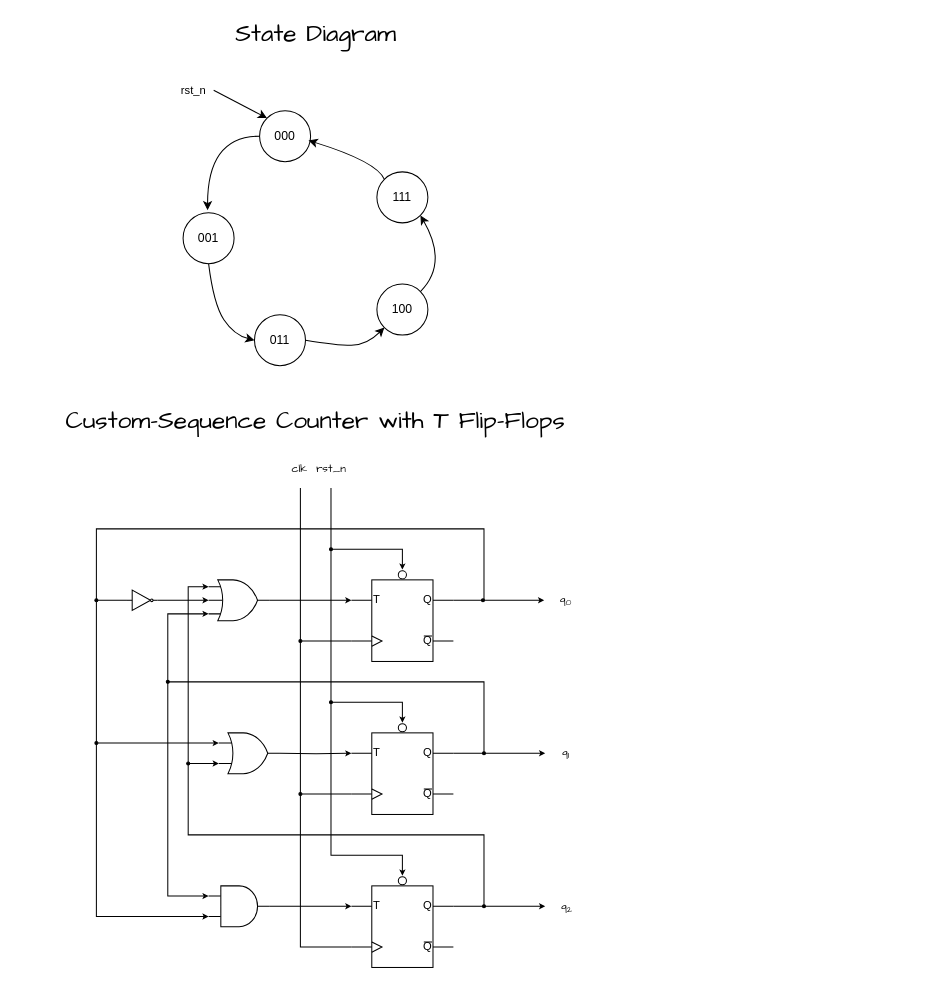
The draw.io diagram MEDS-Training/module4-tasks/t14_custom_counter_fsm/docs/custom_seq_counter.drawio in AbdurRahman020/MEDS, before the edit. Source tidied: cells renumbered, new cells numbered last; positions are measured from the earlier drawing's top-left corner, leaving out a move shared by most shapes. Both pictures are drawn from the tidied source at 102%, with x=0, y=0 at pixel (60, 18).
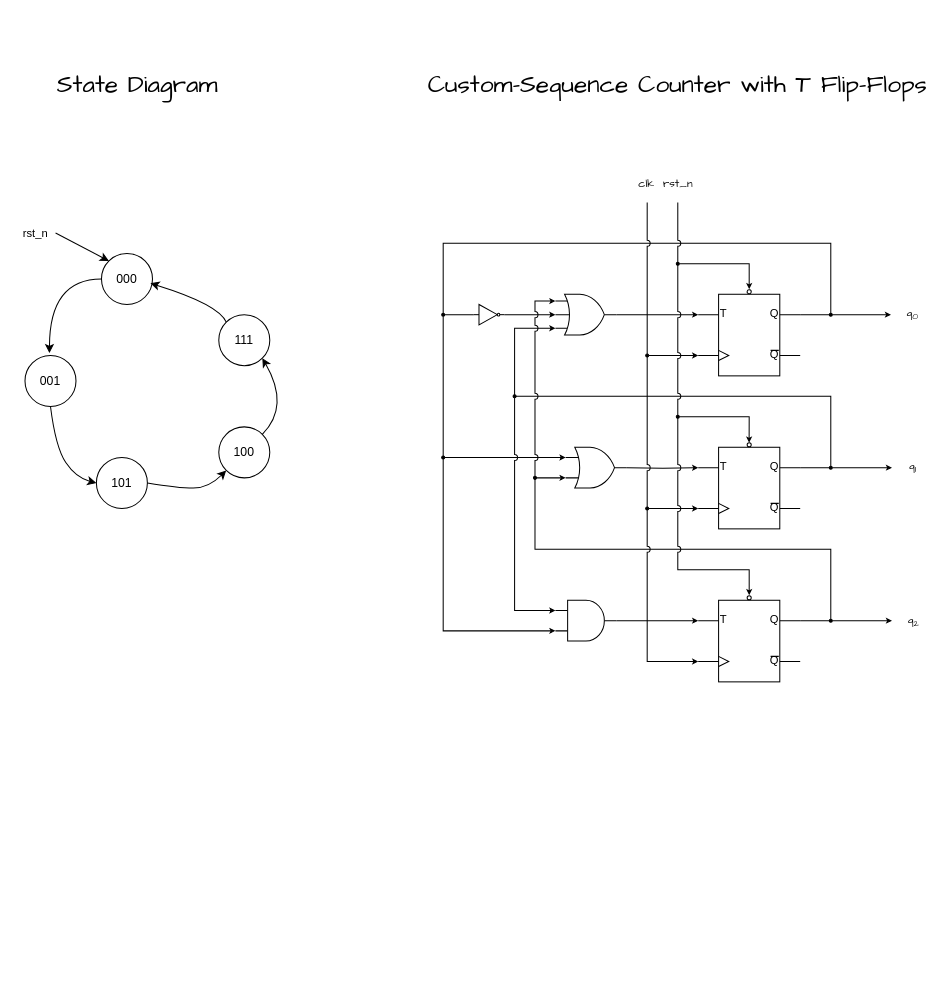
Above is the later version.

What changed in the source:
```diff
@@
-    <mxCell id="2" style="edgeStyle=orthogonalEdgeStyle;rounded=0;jettySize=auto;html=1;exitX=0;exitY=0.75;exitDx=0;exitDy=0;exitPerimeter=0;endArrow=oval;endFill=1;fontFamily=Comic Sans MS;endSize=3;" parent="1" edge="1" source="4">
-      <mxGeometry relative="1" as="geometry">
-        <mxPoint x="235" y="610" as="targetPoint" />
-      </mxGeometry>
-    </mxCell>
+    <mxCell id="30" style="edgeStyle=orthogonalEdgeStyle;rounded=0;jettySize=auto;html=1;exitX=1;exitY=0.25;exitDx=0;exitDy=0;exitPerimeter=0;entryX=0;entryY=0.75;entryDx=0;entryDy=0;entryPerimeter=0;startSize=3;endSize=3;" parent="1" edge="1" source="7" target="25">
+      <mxGeometry relative="1" as="geometry">
+        <Array as="points">
+          <mxPoint x="755" y="590" />
+          <mxPoint x="755" y="520" />
+          <mxPoint x="465" y="520" />
+          <mxPoint x="465" y="450" />
+        </Array>
+      </mxGeometry>
+    </mxCell>
     <mxCell id="3" style="edgeStyle=orthogonalEdgeStyle;rounded=0;jettySize=auto;html=1;exitX=1;exitY=0.25;exitDx=0;exitDy=0;exitPerimeter=0;startSize=3;endSize=3;endArrow=none;endFill=0;" parent="1" edge="1" source="4" target="11">
       <mxGeometry relative="1" as="geometry">
         <Array as="points">
-          <mxPoint x="415" y="570" />
-          <mxPoint x="415" y="500" />
-          <mxPoint x="35" y="500" />
-          <mxPoint x="35" y="570" />
+          <mxPoint x="755" y="290" />
+          <mxPoint x="755" y="220" />
+          <mxPoint x="375" y="220" />
+          <mxPoint x="375" y="290" />
         </Array>
       </mxGeometry>
     </mxCell>
     <mxCell id="4" style="verticalLabelPosition=bottom;shadow=0;dashed=0;align=center;html=1;verticalAlign=top;shape=mxgraph.electrical.logic_gates.t_type_flip-flop;hachureGap=4;fontFamily=Comic Sans MS;" parent="1" vertex="1">
-      <mxGeometry x="285" y="550" width="100" height="80" as="geometry" />
+      <mxGeometry x="625" y="270" width="100" height="80" as="geometry" />
     </mxCell>
-    <mxCell id="5" style="edgeStyle=orthogonalEdgeStyle;rounded=0;jettySize=auto;html=1;exitX=0;exitY=0.75;exitDx=0;exitDy=0;exitPerimeter=0;endArrow=oval;endFill=1;fontFamily=Comic Sans MS;startSize=3;endSize=3;" parent="1" edge="1" source="6">
-      <mxGeometry relative="1" as="geometry">
-        <mxPoint x="235" y="760" as="targetPoint" />
-      </mxGeometry>
-    </mxCell>
     <mxCell id="6" style="verticalLabelPosition=bottom;shadow=0;dashed=0;align=center;html=1;verticalAlign=top;shape=mxgraph.electrical.logic_gates.t_type_flip-flop;hachureGap=4;fontFamily=Comic Sans MS;" parent="1" vertex="1">
-      <mxGeometry x="285" y="700" width="100" height="80" as="geometry" />
+      <mxGeometry x="625" y="420" width="100" height="80" as="geometry" />
     </mxCell>
     <mxCell id="7" style="verticalLabelPosition=bottom;shadow=0;dashed=0;align=center;html=1;verticalAlign=top;shape=mxgraph.electrical.logic_gates.t_type_flip-flop;hachureGap=4;fontFamily=Comic Sans MS;" parent="1" vertex="1">
-      <mxGeometry x="285" y="850" width="100" height="80" as="geometry" />
+      <mxGeometry x="625" y="570" width="100" height="80" as="geometry" />
     </mxCell>
-    <mxCell id="8" style="edgeStyle=orthogonalEdgeStyle;rounded=0;jettySize=auto;html=1;exitX=0;exitY=0.16666666666666666;exitDx=0;exitDy=0;exitPerimeter=0;endArrow=oval;endFill=1;startArrow=classic;startFill=1;startSize=3;endSize=3;" parent="1" edge="1" source="9">
-      <mxGeometry relative="1" as="geometry">
-        <mxPoint x="125" y="730" as="targetPoint" />
-      </mxGeometry>
-    </mxCell>
     <mxCell id="9" style="verticalLabelPosition=bottom;shadow=0;dashed=0;align=center;html=1;verticalAlign=top;shape=mxgraph.electrical.logic_gates.logic_gate;operation=or;numInputs=3;fontFamily=Comic Sans MS;" parent="1" vertex="1">
-      <mxGeometry x="145" y="550" width="60" height="40" as="geometry" />
+      <mxGeometry x="485" y="270" width="60" height="40" as="geometry" />
     </mxCell>
     <mxCell id="10" style="edgeStyle=orthogonalEdgeStyle;rounded=0;jettySize=auto;html=1;exitX=1;exitY=0.5;exitDx=0;exitDy=0;exitPerimeter=0;entryX=0;entryY=0.25;entryDx=0;entryDy=0;entryPerimeter=0;fontFamily=Comic Sans MS;startSize=3;endSize=3;" parent="1" edge="1" target="6">
       <mxGeometry relative="1" as="geometry">
-        <mxPoint x="215" y="720" as="sourcePoint" />
+        <mxPoint x="555" y="440" as="sourcePoint" />
       </mxGeometry>
     </mxCell>
     <mxCell id="11" style="verticalLabelPosition=bottom;shadow=0;dashed=0;align=center;html=1;verticalAlign=top;shape=mxgraph.electrical.logic_gates.inverter_2;fontFamily=Comic Sans MS;" parent="1" vertex="1">
-      <mxGeometry x="65" y="560" width="30" height="20" as="geometry" />
+      <mxGeometry x="405" y="280" width="30" height="20" as="geometry" />
     </mxCell>
@@
     <mxCell id="13" value="q&lt;sub&gt;0&lt;/sub&gt;" style="endArrow=classic;html=1;rounded=0;fontFamily=Comic Sans MS;startArrow=oval;startFill=1;startSize=3;endSize=3;" parent="1" edge="1">
       <mxGeometry x="1" y="21" relative="1" as="geometry">
-        <mxPoint x="414" y="570" as="sourcePoint" />
-        <mxPoint x="474" y="570" as="targetPoint" />
+        <mxPoint x="755" y="290" as="sourcePoint" />
+        <mxPoint x="814" y="290" as="targetPoint" />
         <mxPoint x="21" y="21" as="offset" />
       </mxGeometry>
     </mxCell>
     <mxCell id="14" value="q&lt;sub&gt;1&lt;/sub&gt;" style="endArrow=classic;html=1;rounded=0;startArrow=oval;startFill=1;fontFamily=Comic Sans MS;startSize=3;endSize=3;" parent="1" edge="1">
       <mxGeometry x="1" y="-20" relative="1" as="geometry">
-        <mxPoint x="415" y="720" as="sourcePoint" />
-        <mxPoint x="475" y="720" as="targetPoint" />
+        <mxPoint x="755" y="440" as="sourcePoint" />
+        <mxPoint x="815" y="440" as="targetPoint" />
         <mxPoint x="20" y="-20" as="offset" />
       </mxGeometry>
     </mxCell>
     <mxCell id="15" style="endArrow=classic;html=1;rounded=0;startArrow=oval;startFill=1;fontFamily=Comic Sans MS;startSize=3;endSize=3;" parent="1" edge="1">
       <mxGeometry relative="1" as="geometry">
-        <mxPoint x="415" y="870" as="sourcePoint" />
-        <mxPoint x="475" y="870" as="targetPoint" />
+        <mxPoint x="755" y="590" as="sourcePoint" />
+        <mxPoint x="815" y="590" as="targetPoint" />
       </mxGeometry>
     </mxCell>
@@
-    <mxCell id="17" style="endArrow=none;html=1;rounded=0;entryX=0;entryY=0.75;entryDx=0;entryDy=0;entryPerimeter=0;endFill=0;" parent="1" edge="1" target="7">
+    <mxCell id="17" style="endArrow=classic;html=1;rounded=0;entryX=0;entryY=0.75;entryDx=0;entryDy=0;entryPerimeter=0;endFill=1;jumpStyle=arc;endSize=3;" parent="1" edge="1" target="7">
       <mxGeometry relative="1" as="geometry">
-        <mxPoint x="235" y="460" as="sourcePoint" />
+        <mxPoint x="575" y="180" as="sourcePoint" />
         <Array as="points">
-          <mxPoint x="235" y="910" />
+          <mxPoint x="575" y="630" />
         </Array>
       </mxGeometry>
     </mxCell>
@@
-    <mxCell id="19" style="endArrow=classic;html=1;rounded=0;startSize=3;endSize=3;" parent="1" edge="1" target="34">
-      <mxGeometry relative="1" as="geometry">
-        <mxPoint x="265" y="460" as="sourcePoint" />
-        <Array as="points">
-          <mxPoint x="265" y="820" />
-          <mxPoint x="335" y="820" />
-        </Array>
-      </mxGeometry>
-    </mxCell>
-    <mxCell id="20" value="rst_n" style="edgeLabel;html=1;align=center;verticalAlign=middle;fontFamily=Comic Sans MS;" parent="19" vertex="1">
-      <mxGeometry x="-0.92" y="-1" relative="1" as="geometry">
-        <mxPoint y="-38" as="offset" />
-      </mxGeometry>
-    </mxCell>
-    <mxCell id="21" style="endArrow=classic;html=1;rounded=0;startArrow=oval;startFill=1;fontFamily=Comic Sans MS;startSize=3;endSize=3;" parent="1" edge="1">
-      <mxGeometry relative="1" as="geometry">
-        <mxPoint x="265" y="670" as="sourcePoint" />
-        <mxPoint x="335" y="690" as="targetPoint" />
-        <Array as="points">
-          <mxPoint x="335" y="670" />
-        </Array>
-      </mxGeometry>
-    </mxCell>
-    <mxCell id="22" style="endArrow=classic;html=1;rounded=0;startArrow=oval;startFill=1;fontFamily=Comic Sans MS;startSize=3;endSize=3;" parent="1" edge="1" target="32">
-      <mxGeometry relative="1" as="geometry">
-        <mxPoint x="265" y="520" as="sourcePoint" />
-        <Array as="points">
-          <mxPoint x="305" y="520" />
-          <mxPoint x="335" y="520" />
-        </Array>
-      </mxGeometry>
-    </mxCell>
     <mxCell id="23" style="verticalLabelPosition=bottom;shadow=0;dashed=0;align=center;html=1;verticalAlign=top;shape=mxgraph.electrical.logic_gates.logic_gate;operation=and;" parent="1" vertex="1">
-      <mxGeometry x="145" y="850" width="60" height="40" as="geometry" />
+      <mxGeometry x="485" y="570" width="60" height="40" as="geometry" />
     </mxCell>
     <mxCell id="24" style="edgeStyle=orthogonalEdgeStyle;rounded=0;jettySize=auto;html=1;exitX=0;exitY=0.25;exitDx=0;exitDy=0;exitPerimeter=0;endArrow=oval;endFill=1;startArrow=classic;startFill=1;startSize=3;endSize=3;" parent="1" edge="1" source="25">
       <mxGeometry relative="1" as="geometry">
-        <mxPoint x="35" y="710" as="targetPoint" />
+        <mxPoint x="375" y="430" as="targetPoint" />
       </mxGeometry>
     </mxCell>
     <mxCell id="25" style="verticalLabelPosition=bottom;shadow=0;dashed=0;align=center;html=1;verticalAlign=top;shape=mxgraph.electrical.logic_gates.logic_gate;operation=or;" parent="1" vertex="1">
-      <mxGeometry x="155" y="700" width="60" height="40" as="geometry" />
+      <mxGeometry x="495" y="420" width="60" height="40" as="geometry" />
     </mxCell>
@@
     <mxCell id="27" style="endArrow=classic;html=1;rounded=0;entryX=0;entryY=0.75;entryDx=0;entryDy=0;entryPerimeter=0;startArrow=oval;startFill=1;startSize=3;endSize=3;" parent="1" edge="1" target="23">
       <mxGeometry relative="1" as="geometry">
-        <mxPoint x="35" y="570" as="sourcePoint" />
+        <mxPoint x="375" y="290" as="sourcePoint" />
         <Array as="points">
-          <mxPoint x="35" y="880" />
+          <mxPoint x="375" y="600" />
         </Array>
       </mxGeometry>
     </mxCell>
     <mxCell id="28" style="edgeStyle=orthogonalEdgeStyle;rounded=0;jettySize=auto;html=1;exitX=1;exitY=0.25;exitDx=0;exitDy=0;exitPerimeter=0;entryX=0;entryY=0.8333333333333333;entryDx=0;entryDy=0;entryPerimeter=0;endArrow=classic;endFill=1;startSize=3;endSize=3;" parent="1" edge="1" source="6" target="9">
       <mxGeometry relative="1" as="geometry">
         <Array as="points">
-          <mxPoint x="415" y="720" />
-          <mxPoint x="415" y="650" />
-          <mxPoint x="105" y="650" />
-          <mxPoint x="105" y="583" />
-          <mxPoint x="145" y="583" />
+          <mxPoint x="755" y="440" />
+          <mxPoint x="755" y="370" />
+          <mxPoint x="445" y="370" />
+          <mxPoint x="445" y="303" />
+          <mxPoint x="485" y="303" />
         </Array>
       </mxGeometry>
     </mxCell>
-    <mxCell id="29" style="endArrow=classic;html=1;rounded=0;entryX=0;entryY=0.25;entryDx=0;entryDy=0;entryPerimeter=0;startArrow=oval;startFill=1;startSize=3;endSize=3;" parent="1" edge="1" target="23">
+    <mxCell id="29" style="endArrow=classic;html=1;rounded=0;entryX=0;entryY=0.25;entryDx=0;entryDy=0;entryPerimeter=0;startArrow=oval;startFill=1;startSize=3;endSize=3;jumpStyle=arc;" parent="1" edge="1" target="23">
       <mxGeometry relative="1" as="geometry">
-        <mxPoint x="105" y="650" as="sourcePoint" />
+        <mxPoint x="445" y="370" as="sourcePoint" />
         <Array as="points">
-          <mxPoint x="105" y="700" />
-          <mxPoint x="105" y="860" />
+          <mxPoint x="445" y="420" />
+          <mxPoint x="445" y="580" />
         </Array>
       </mxGeometry>
     </mxCell>
-    <mxCell id="30" style="edgeStyle=orthogonalEdgeStyle;rounded=0;jettySize=auto;html=1;exitX=1;exitY=0.25;exitDx=0;exitDy=0;exitPerimeter=0;entryX=0;entryY=0.75;entryDx=0;entryDy=0;entryPerimeter=0;startSize=3;endSize=3;" parent="1" edge="1" source="7" target="25">
-      <mxGeometry relative="1" as="geometry">
-        <Array as="points">
-          <mxPoint x="415" y="870" />
-          <mxPoint x="415" y="800" />
-          <mxPoint x="125" y="800" />
-          <mxPoint x="125" y="730" />
-        </Array>
-      </mxGeometry>
-    </mxCell>
@@
     <mxCell id="32" style="verticalLabelPosition=bottom;shadow=0;dashed=0;align=center;html=1;verticalAlign=top;shape=mxgraph.electrical.logic_gates.inverting_contact;rotation=10;" parent="1" vertex="1">
-      <mxGeometry x="330" y="540" width="10" height="10" as="geometry" />
+      <mxGeometry x="672.5" y="265" width="5" height="5" as="geometry" />
     </mxCell>
     <mxCell id="33" style="verticalLabelPosition=bottom;shadow=0;dashed=0;align=center;html=1;verticalAlign=top;shape=mxgraph.electrical.logic_gates.inverting_contact;" parent="1" vertex="1">
-      <mxGeometry x="330" y="690" width="10" height="10" as="geometry" />
+      <mxGeometry x="672.5" y="415" width="5" height="5" as="geometry" />
     </mxCell>
     <mxCell id="34" style="verticalLabelPosition=bottom;shadow=0;dashed=0;align=center;html=1;verticalAlign=top;shape=mxgraph.electrical.logic_gates.inverting_contact;" parent="1" vertex="1">
-      <mxGeometry x="330" y="840" width="10" height="10" as="geometry" />
+      <mxGeometry x="672.5" y="565" width="5" height="5" as="geometry" />
     </mxCell>
     <mxCell id="35" value="Custom-Sequence Counter with T Flip-Flops" style="text;html=1;whiteSpace=wrap;strokeColor=none;fillColor=none;align=center;verticalAlign=middle;rounded=0;fontSize=24;fontFamily=Comic Sans MS;" parent="1" vertex="1">
-      <mxGeometry y="380" width="500" height="30" as="geometry" />
+      <mxGeometry x="355" y="50" width="500" height="30" as="geometry" />
     </mxCell>
     <mxCell id="36" value="000" style="ellipse;whiteSpace=wrap;html=1;" parent="1" vertex="1">
-      <mxGeometry x="195" y="90" width="50" height="50" as="geometry" />
+      <mxGeometry x="40" y="230" width="50" height="50" as="geometry" />
     </mxCell>
     <mxCell id="37" value="111" style="ellipse;whiteSpace=wrap;html=1;" parent="1" vertex="1">
-      <mxGeometry x="310" y="150" width="50" height="50" as="geometry" />
+      <mxGeometry x="155" y="290" width="50" height="50" as="geometry" />
     </mxCell>
     <mxCell id="38" value="100" style="ellipse;whiteSpace=wrap;html=1;" parent="1" vertex="1">
-      <mxGeometry x="310" y="260" width="50" height="50" as="geometry" />
+      <mxGeometry x="155" y="400" width="50" height="50" as="geometry" />
     </mxCell>
-    <mxCell id="39" value="011" style="ellipse;whiteSpace=wrap;html=1;" parent="1" vertex="1">
-      <mxGeometry x="190" y="290" width="50" height="50" as="geometry" />
+    <mxCell id="39" value="101" style="ellipse;whiteSpace=wrap;html=1;" parent="1" vertex="1">
+      <mxGeometry x="35" y="430" width="50" height="50" as="geometry" />
     </mxCell>
     <mxCell id="40" value="001" style="ellipse;whiteSpace=wrap;html=1;" parent="1" vertex="1">
-      <mxGeometry x="120" y="190" width="50" height="50" as="geometry" />
+      <mxGeometry x="-35" y="330" width="50" height="50" as="geometry" />
     </mxCell>
@@
     <mxCell id="42" style="curved=1;endArrow=classic;html=1;rounded=0;exitX=1;exitY=0.5;exitDx=0;exitDy=0;entryX=0;entryY=1;entryDx=0;entryDy=0;" parent="1" edge="1" source="39" target="38">
       <mxGeometry relative="1" as="geometry">
         <Array as="points">
-          <mxPoint x="270" y="320" />
-          <mxPoint x="300" y="320" />
+          <mxPoint x="115" y="460" />
+          <mxPoint x="145" y="460" />
         </Array>
       </mxGeometry>
     </mxCell>
     <mxCell id="43" style="curved=1;endArrow=classic;html=1;rounded=0;entryX=0;entryY=0.5;entryDx=0;entryDy=0;exitX=0.5;exitY=1;exitDx=0;exitDy=0;" parent="1" edge="1" source="40" target="39">
       <mxGeometry relative="1" as="geometry">
         <Array as="points">
-          <mxPoint x="150" y="280" />
-          <mxPoint x="170" y="310" />
+          <mxPoint x="-5" y="420" />
+          <mxPoint x="15" y="450" />
         </Array>
       </mxGeometry>
     </mxCell>
     <mxCell id="44" style="curved=1;endArrow=classic;html=1;rounded=0;exitX=1;exitY=0;exitDx=0;exitDy=0;entryX=1;entryY=1;entryDx=0;entryDy=0;" parent="1" edge="1" source="38" target="37">
       <mxGeometry relative="1" as="geometry">
         <Array as="points">
-          <mxPoint x="380" y="240" />
+          <mxPoint x="225" y="380" />
         </Array>
       </mxGeometry>
     </mxCell>
     <mxCell id="45" style="curved=1;endArrow=classic;html=1;rounded=0;exitX=0;exitY=0;exitDx=0;exitDy=0;entryX=0.959;entryY=0.584;entryDx=0;entryDy=0;entryPerimeter=0;" parent="1" edge="1" source="37" target="36">
       <mxGeometry relative="1" as="geometry">
         <Array as="points">
-          <mxPoint x="310" y="140" />
+          <mxPoint x="155" y="280" />
         </Array>
       </mxGeometry>
     </mxCell>
     <mxCell id="46" value="rst_n" style="endArrow=classic;html=1;rounded=0;entryX=0;entryY=0;entryDx=0;entryDy=0;" parent="1" edge="1" target="36">
       <mxGeometry x="-1" y="-20" relative="1" as="geometry">
-        <mxPoint x="150" y="70" as="sourcePoint" />
+        <mxPoint x="-5" y="210" as="sourcePoint" />
         <mxPoint x="-11" y="-18" as="offset" />
       </mxGeometry>
     </mxCell>
     <mxCell id="47" value="State Diagram" style="text;html=1;whiteSpace=wrap;strokeColor=none;fillColor=none;align=center;verticalAlign=middle;rounded=0;fontSize=24;fontFamily=Comic Sans MS;" parent="1" vertex="1">
-      <mxGeometry x="133" width="235" height="30" as="geometry" />
+      <mxGeometry x="-42" y="50" width="235" height="30" as="geometry" />
     </mxCell>
+    <mxCell id="2" style="edgeStyle=orthogonalEdgeStyle;rounded=0;orthogonalLoop=1;jettySize=auto;html=1;endArrow=oval;endFill=1;fontFamily=Comic Sans MS;endSize=3;startArrow=classic;startFill=1;startSize=3;" parent="1" edge="1">
+      <mxGeometry relative="1" as="geometry">
+        <mxPoint x="625" y="330" as="sourcePoint" />
+        <mxPoint x="575" y="330" as="targetPoint" />
+      </mxGeometry>
+    </mxCell>
+    <mxCell id="5" style="edgeStyle=orthogonalEdgeStyle;rounded=0;jettySize=auto;html=1;exitX=0;exitY=0.75;exitDx=0;exitDy=0;exitPerimeter=0;endArrow=oval;endFill=1;fontFamily=Comic Sans MS;startSize=3;endSize=3;startArrow=classic;startFill=1;" parent="1" edge="1" source="6">
+      <mxGeometry relative="1" as="geometry">
+        <mxPoint x="575" y="480" as="targetPoint" />
+      </mxGeometry>
+    </mxCell>
+    <mxCell id="8" style="edgeStyle=orthogonalEdgeStyle;rounded=0;jettySize=auto;html=1;exitX=0;exitY=0.16666666666666666;exitDx=0;exitDy=0;exitPerimeter=0;endArrow=oval;endFill=1;startArrow=classic;startFill=1;startSize=3;endSize=3;jumpStyle=arc;" parent="1" edge="1" source="9">
+      <mxGeometry relative="1" as="geometry">
+        <mxPoint x="465" y="450" as="targetPoint" />
+      </mxGeometry>
+    </mxCell>
+    <mxCell id="19" style="endArrow=classic;html=1;rounded=0;startSize=3;endSize=3;jumpStyle=arc;" parent="1" edge="1" target="34">
+      <mxGeometry relative="1" as="geometry">
+        <mxPoint x="605" y="180" as="sourcePoint" />
+        <Array as="points">
+          <mxPoint x="605" y="540" />
+          <mxPoint x="675" y="540" />
+        </Array>
+      </mxGeometry>
+    </mxCell>
+    <mxCell id="20" value="rst_n" style="edgeLabel;html=1;align=center;verticalAlign=middle;fontFamily=Comic Sans MS;" parent="19" vertex="1">
+      <mxGeometry x="-0.92" y="-1" relative="1" as="geometry">
+        <mxPoint y="-38" as="offset" />
+      </mxGeometry>
+    </mxCell>
+    <mxCell id="21" style="endArrow=classic;html=1;rounded=0;startArrow=oval;startFill=1;fontFamily=Comic Sans MS;startSize=3;endSize=3;entryX=0.485;entryY=0.096;entryDx=0;entryDy=0;entryPerimeter=0;" parent="1" edge="1" target="33">
+      <mxGeometry relative="1" as="geometry">
+        <mxPoint x="605" y="390" as="sourcePoint" />
+        <Array as="points">
+          <mxPoint x="675" y="390" />
+        </Array>
+      </mxGeometry>
+    </mxCell>
+    <mxCell id="22" style="endArrow=classic;html=1;rounded=0;startArrow=oval;startFill=1;fontFamily=Comic Sans MS;startSize=3;endSize=3;" parent="1" edge="1" target="32">
+      <mxGeometry relative="1" as="geometry">
+        <mxPoint x="605" y="240" as="sourcePoint" />
+        <Array as="points">
+          <mxPoint x="645" y="240" />
+          <mxPoint x="675" y="240" />
+        </Array>
+      </mxGeometry>
+    </mxCell>
```
